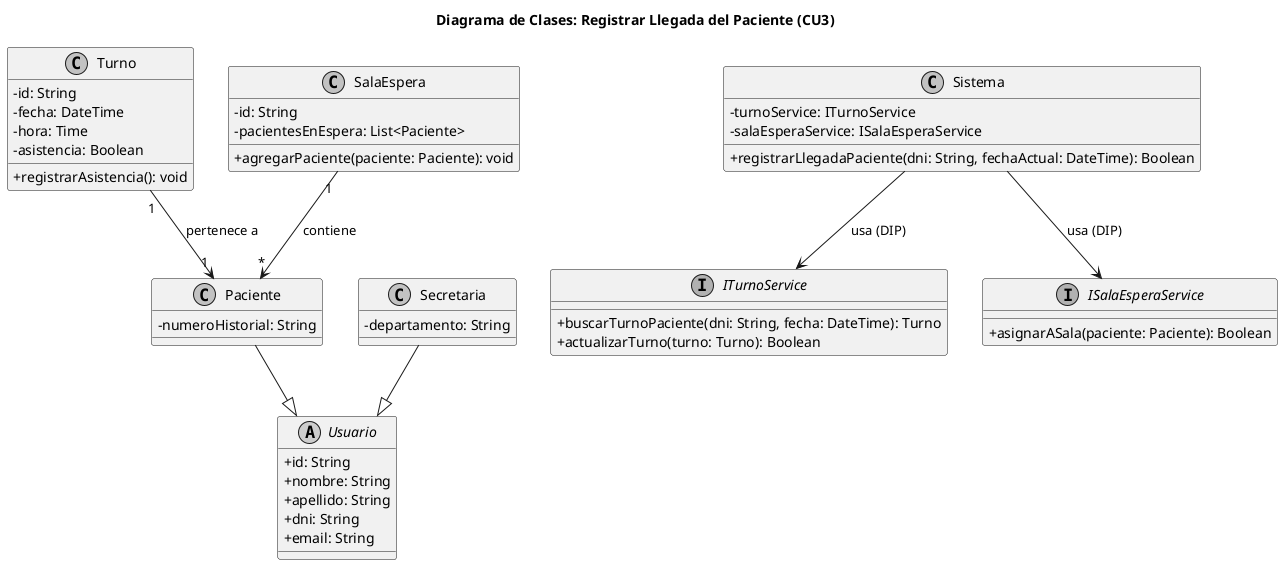
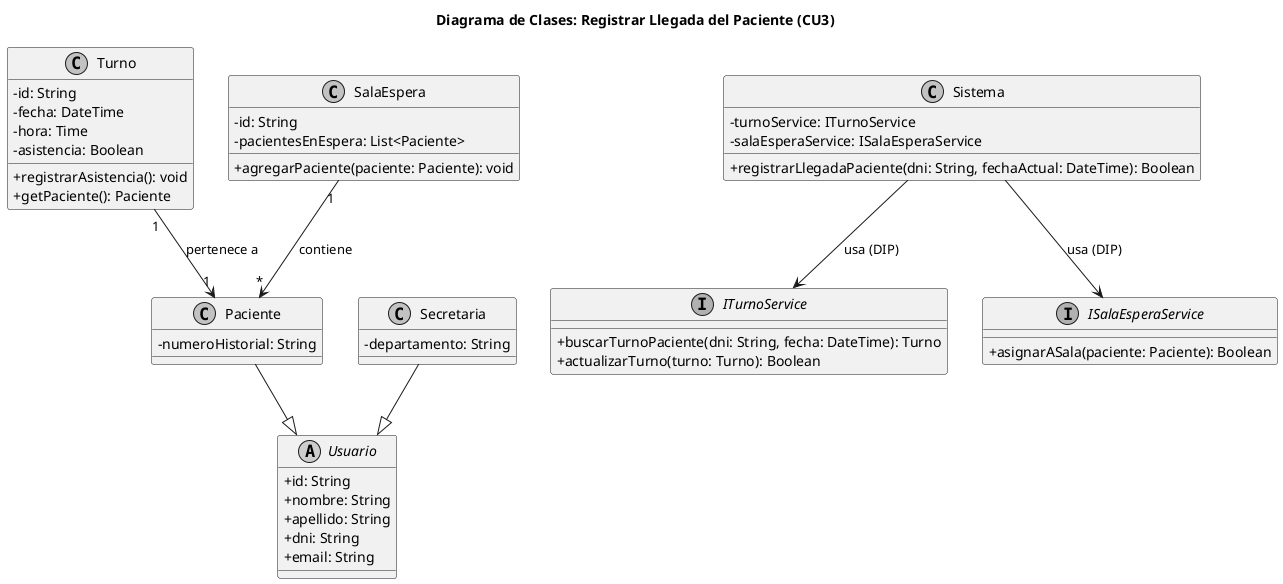
@startuml 03-clases-registrar-llegada-03
title Diagrama de Clases: Registrar Llegada del Paciente (CU3)

skinparam classAttributeIconSize 0
skinparam monochrome true

abstract class Usuario {
    +id: String
    +nombre: String
    +apellido: String
    +dni: String
    +email: String
}

class Paciente {
    -numeroHistorial: String
}

class Secretaria {
    -departamento: String
}

class Turno {
    -id: String
    -fecha: DateTime
    -hora: Time
    -asistencia: Boolean
    +registrarAsistencia(): void
+     +getPaciente(): Paciente
}

class SalaEspera {
    -id: String
    -pacientesEnEspera: List<Paciente>
    +agregarPaciente(paciente: Paciente): void
}

interface ITurnoService {
    +buscarTurnoPaciente(dni: String, fecha: DateTime): Turno
    +actualizarTurno(turno: Turno): Boolean
}

interface ISalaEsperaService {
    +asignarASala(paciente: Paciente): Boolean
}

class Sistema {
    -turnoService: ITurnoService
    -salaEsperaService: ISalaEsperaService
    +registrarLlegadaPaciente(dni: String, fechaActual: DateTime): Boolean
}

Paciente --|> Usuario
Secretaria --|> Usuario
Turno "1" --> "1" Paciente : pertenece a
Sistema --> ITurnoService : usa (DIP)
Sistema --> ISalaEsperaService : usa (DIP)
SalaEspera "1" --> "*" Paciente : contiene

@enduml